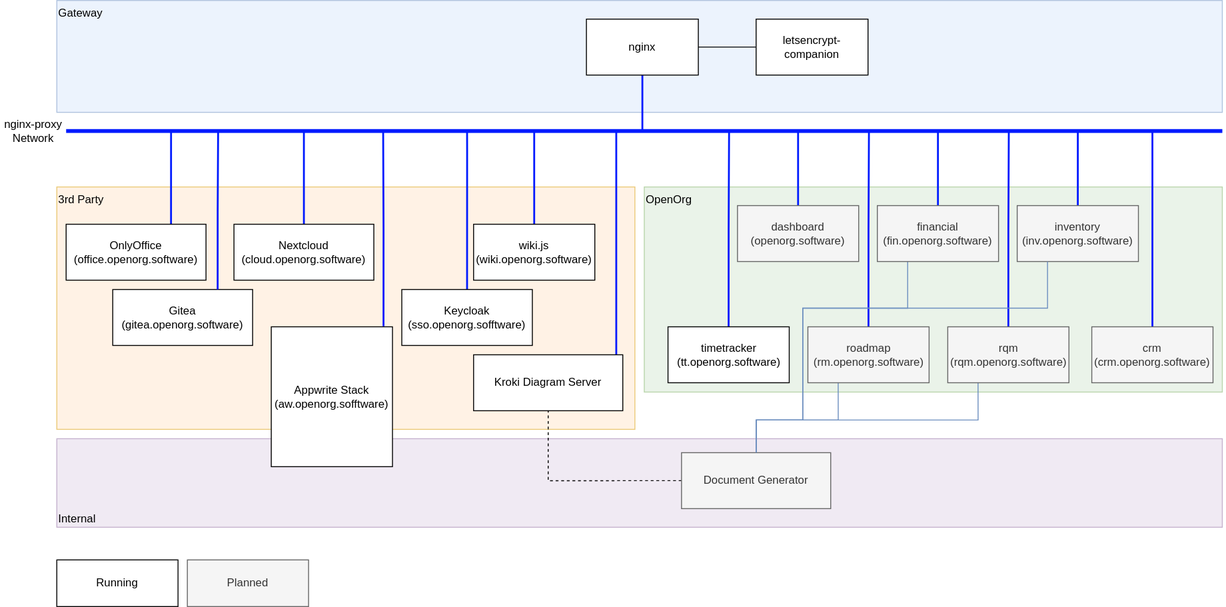
Before: .drawings/overview.svg, a diagram exported from draw.io (openorg-software/openorg-docker-compose). Source tidied: cells renumbered, new cells last; positions are measured from the earlier drawing's top-left corner, leaving out a move shared by most shapes.
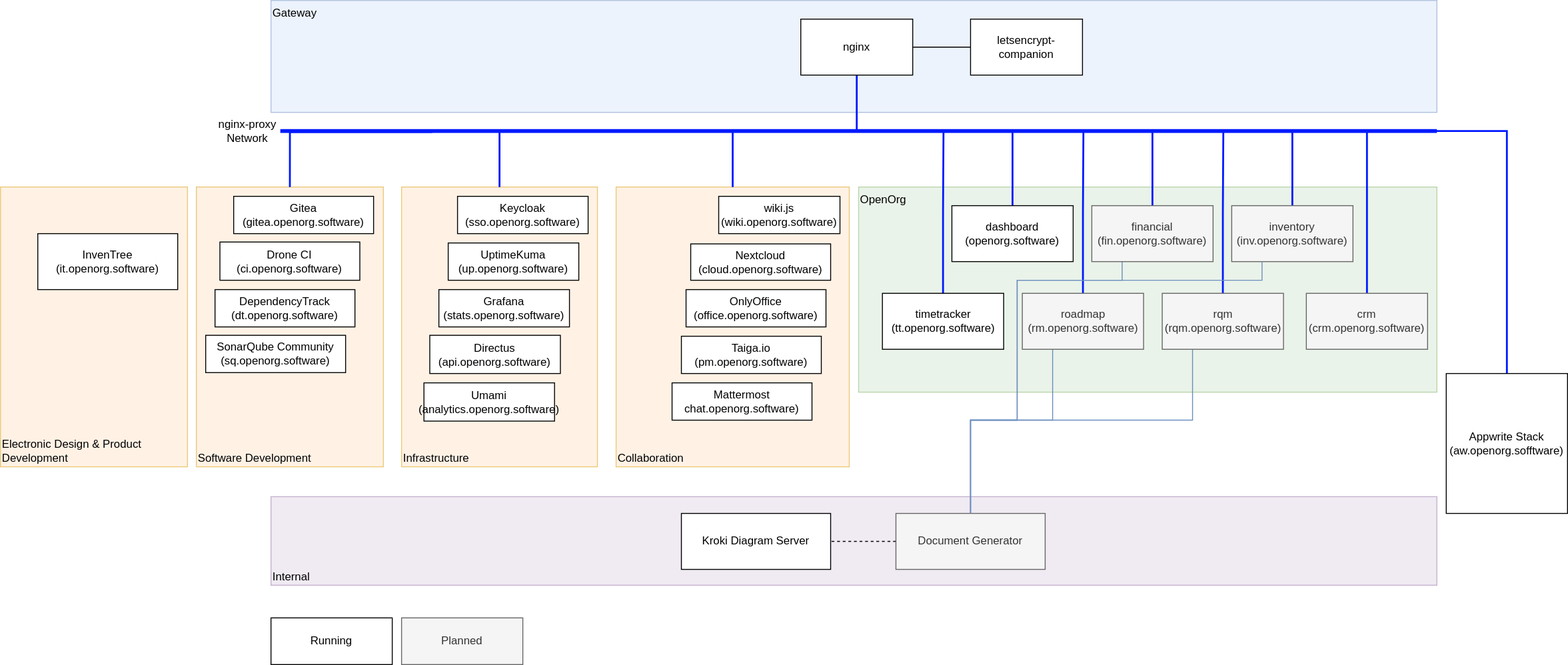
The same diagram one commit later.

Diff of the diagram source:
```diff
@@ -2,8 +2,14 @@
   <root>
     <mxCell id="0" />
     <mxCell id="1" parent="0" />
+    <mxCell id="48" value="Software Development" style="rounded=0;whiteSpace=wrap;html=1;align=left;verticalAlign=bottom;opacity=50;fillColor=#ffe6cc;strokeColor=#d79b00;" parent="1" vertex="1">
+      <mxGeometry x="-20" y="200" width="200.5" height="300" as="geometry" />
+    </mxCell>
+    <mxCell id="49" value="Infrastructure" style="rounded=0;whiteSpace=wrap;html=1;align=left;verticalAlign=bottom;opacity=50;fillColor=#ffe6cc;strokeColor=#d79b00;" parent="1" vertex="1">
+      <mxGeometry x="200" y="200" width="210" height="300" as="geometry" />
+    </mxCell>
     <mxCell id="2" value="Internal" style="rounded=0;whiteSpace=wrap;html=1;align=left;verticalAlign=bottom;opacity=50;fillColor=#e1d5e7;strokeColor=#9673a6;" parent="1" vertex="1">
-      <mxGeometry x="60" y="470" width="1250" height="95" as="geometry" />
+      <mxGeometry x="60" y="532" width="1250" height="95" as="geometry" />
     </mxCell>
     <mxCell id="3" value="Gateway" style="rounded=0;whiteSpace=wrap;html=1;align=left;verticalAlign=top;fillColor=#dae8fc;strokeColor=#6c8ebf;opacity=50;" parent="1" vertex="1">
       <mxGeometry x="60" width="1250" height="120" as="geometry" />
@@ -11,16 +17,19 @@
     <mxCell id="4" value="OpenOrg" style="rounded=0;whiteSpace=wrap;html=1;align=left;verticalAlign=top;opacity=50;fillColor=#d5e8d4;strokeColor=#82b366;" parent="1" vertex="1">
       <mxGeometry x="690" y="200" width="620" height="220" as="geometry" />
     </mxCell>
-    <mxCell id="5" value="3rd Party" style="rounded=0;whiteSpace=wrap;html=1;align=left;verticalAlign=top;opacity=50;fillColor=#ffe6cc;strokeColor=#d79b00;" parent="1" vertex="1">
-      <mxGeometry x="60" y="200" width="620" height="260" as="geometry" />
+    <mxCell id="5" value="Collaboration" style="rounded=0;whiteSpace=wrap;html=1;align=left;verticalAlign=bottom;opacity=50;fillColor=#ffe6cc;strokeColor=#d79b00;" parent="1" vertex="1">
+      <mxGeometry x="430" y="200" width="250" height="300" as="geometry" />
     </mxCell>
-    <mxCell id="6" style="edgeStyle=orthogonalEdgeStyle;rounded=0;jettySize=auto;html=1;exitX=0.926;exitY=-0.004;exitDx=0;exitDy=0;endArrow=none;endFill=0;strokeColor=#001AFF;strokeWidth=2;exitPerimeter=0;" parent="1" edge="1" source="7">
+    <mxCell id="6" style="edgeStyle=orthogonalEdgeStyle;rounded=0;jettySize=auto;html=1;endArrow=none;endFill=0;strokeColor=#001AFF;strokeWidth=2;exitX=0.5;exitY=0;exitDx=0;exitDy=0;" parent="1" edge="1" source="7">
       <mxGeometry relative="1" as="geometry">
         <mxPoint x="410" y="140" as="targetPoint" />
+        <Array as="points">
+          <mxPoint x="1385" y="140" />
+        </Array>
       </mxGeometry>
     </mxCell>
     <mxCell id="7" value="Appwrite Stack&lt;br&gt;(aw.openorg.sofftware)" style="rounded=0;whiteSpace=wrap;html=1;" parent="1" vertex="1">
-      <mxGeometry x="290" y="350" width="130" height="150" as="geometry" />
+      <mxGeometry x="1320" y="400" width="130" height="150" as="geometry" />
     </mxCell>
     <mxCell id="8" style="edgeStyle=orthogonalEdgeStyle;rounded=0;jettySize=auto;html=1;exitX=0.5;exitY=0;exitDx=0;exitDy=0;endArrow=none;endFill=0;strokeColor=#001AFF;strokeWidth=2;" parent="1" edge="1" source="9">
       <mxGeometry relative="1" as="geometry">
@@ -28,7 +37,7 @@
       </mxGeometry>
     </mxCell>
     <mxCell id="9" value="timetracker&lt;br&gt;(tt.openorg.software)" style="rounded=0;whiteSpace=wrap;html=1;" parent="1" vertex="1">
-      <mxGeometry x="715.5" y="350" width="130" height="60" as="geometry" />
+      <mxGeometry x="715.5" y="314" width="130" height="60" as="geometry" />
     </mxCell>
     <mxCell id="10" style="edgeStyle=orthogonalEdgeStyle;rounded=0;jettySize=auto;html=1;exitX=1;exitY=0.5;exitDx=0;exitDy=0;entryX=0;entryY=0.5;entryDx=0;entryDy=0;endArrow=none;endFill=0;" parent="1" edge="1" source="12" target="13">
       <mxGeometry relative="1" as="geometry" />
@@ -44,25 +53,19 @@
     <mxCell id="13" value="letsencrypt-companion" style="rounded=0;whiteSpace=wrap;html=1;" parent="1" vertex="1">
       <mxGeometry x="810" y="20" width="120" height="60" as="geometry" />
     </mxCell>
-    <mxCell id="14" style="edgeStyle=orthogonalEdgeStyle;rounded=0;jettySize=auto;html=1;exitX=0.5;exitY=0;exitDx=0;exitDy=0;endArrow=none;endFill=0;strokeColor=#001AFF;strokeWidth=2;" parent="1" edge="1" source="15">
+    <mxCell id="14" style="edgeStyle=orthogonalEdgeStyle;rounded=0;jettySize=auto;html=1;exitX=0.5;exitY=0;exitDx=0;exitDy=0;endArrow=none;endFill=0;strokeColor=#001AFF;strokeWidth=2;" parent="1" edge="1" source="49">
       <mxGeometry relative="1" as="geometry">
         <mxPoint x="500" y="140" as="targetPoint" />
         <Array as="points">
-          <mxPoint x="500" y="160" />
+          <mxPoint x="305" y="140" />
         </Array>
       </mxGeometry>
     </mxCell>
-    <mxCell id="15" value="Keycloak&lt;br&gt;(sso.openorg.sofftware)" style="rounded=0;whiteSpace=wrap;html=1;" parent="1" vertex="1">
-      <mxGeometry x="430" y="310" width="140" height="60" as="geometry" />
+    <mxCell id="15" value="Keycloak&lt;br&gt;(sso.openorg.software)" style="rounded=0;whiteSpace=wrap;html=1;" parent="1" vertex="1">
+      <mxGeometry x="260" y="210" width="140" height="40" as="geometry" />
     </mxCell>
-    <mxCell id="16" style="edgeStyle=orthogonalEdgeStyle;rounded=0;orthogonalLoop=1;jettySize=auto;html=1;strokeColor=#001AFF;endArrow=none;endFill=0;strokeWidth=2;" parent="1" edge="1">
-      <mxGeometry relative="1" as="geometry">
-        <mxPoint x="660" y="430" as="sourcePoint" />
-        <mxPoint x="660" y="140" as="targetPoint" />
-      </mxGeometry>
-    </mxCell>
     <mxCell id="17" value="Kroki Diagram Server" style="rounded=0;whiteSpace=wrap;html=1;" parent="1" vertex="1">
-      <mxGeometry x="507" y="380" width="160" height="60" as="geometry" />
+      <mxGeometry x="500" y="550" width="160" height="60" as="geometry" />
     </mxCell>
     <mxCell id="18" style="edgeStyle=orthogonalEdgeStyle;rounded=0;jettySize=auto;html=1;exitX=0.25;exitY=1;exitDx=0;exitDy=0;entryX=0.5;entryY=0;entryDx=0;entryDy=0;endArrow=none;endFill=0;fillColor=#dae8fc;strokeColor=#6c8ebf;" parent="1" edge="1" source="20" target="36">
       <mxGeometry relative="1" as="geometry">
@@ -78,7 +81,7 @@
       </mxGeometry>
     </mxCell>
     <mxCell id="20" value="roadmap&lt;br&gt;(rm.openorg.software)" style="rounded=0;whiteSpace=wrap;html=1;fillColor=#f5f5f5;strokeColor=#666666;fontColor=#333333;" parent="1" vertex="1">
-      <mxGeometry x="865.5" y="350" width="130" height="60" as="geometry" />
+      <mxGeometry x="865.5" y="314" width="130" height="60" as="geometry" />
     </mxCell>
     <mxCell id="21" style="edgeStyle=orthogonalEdgeStyle;rounded=0;jettySize=auto;html=1;exitX=0.25;exitY=1;exitDx=0;exitDy=0;entryX=0.5;entryY=0;entryDx=0;entryDy=0;endArrow=none;endFill=0;fillColor=#dae8fc;strokeColor=#6c8ebf;" parent="1" edge="1" source="23" target="36">
       <mxGeometry relative="1" as="geometry">
@@ -94,14 +97,14 @@
       </mxGeometry>
     </mxCell>
     <mxCell id="23" value="rqm&lt;br&gt;(rqm.openorg.software)" style="rounded=0;whiteSpace=wrap;html=1;fillColor=#f5f5f5;strokeColor=#666666;fontColor=#333333;" parent="1" vertex="1">
-      <mxGeometry x="1015.5" y="350" width="130" height="60" as="geometry" />
+      <mxGeometry x="1015.5" y="314" width="130" height="60" as="geometry" />
     </mxCell>
     <mxCell id="24" style="edgeStyle=orthogonalEdgeStyle;rounded=0;jettySize=auto;html=1;exitX=0.5;exitY=0;exitDx=0;exitDy=0;endArrow=none;endFill=0;strokeColor=#001AFF;strokeWidth=2;" parent="1" edge="1" source="25">
       <mxGeometry relative="1" as="geometry">
         <mxPoint x="855" y="140" as="targetPoint" />
       </mxGeometry>
     </mxCell>
-    <mxCell id="25" value="dashboard&lt;br&gt;(openorg.software)" style="rounded=0;whiteSpace=wrap;html=1;sketch=0;glass=0;fillColor=#f5f5f5;strokeColor=#666666;fontColor=#333333;" parent="1" vertex="1">
+    <mxCell id="25" value="dashboard&lt;br&gt;(openorg.software)" style="rounded=0;whiteSpace=wrap;html=1;sketch=0;glass=0;" parent="1" vertex="1">
       <mxGeometry x="790" y="220" width="130" height="60" as="geometry" />
     </mxCell>
     <mxCell id="26" style="edgeStyle=orthogonalEdgeStyle;rounded=0;jettySize=auto;html=1;exitX=0.5;exitY=0;exitDx=0;exitDy=0;endArrow=none;endFill=0;strokeColor=#001AFF;strokeWidth=2;" parent="1" edge="1" source="27">
@@ -110,19 +113,19 @@
       </mxGeometry>
     </mxCell>
     <mxCell id="27" value="crm&lt;br&gt;(crm.openorg.software)" style="rounded=0;whiteSpace=wrap;html=1;fillColor=#f5f5f5;strokeColor=#666666;fontColor=#333333;" parent="1" vertex="1">
-      <mxGeometry x="1170" y="350" width="130" height="60" as="geometry" />
+      <mxGeometry x="1170" y="314" width="130" height="60" as="geometry" />
     </mxCell>
     <mxCell id="28" value="Running" style="rounded=0;whiteSpace=wrap;html=1;" parent="1" vertex="1">
-      <mxGeometry x="60" y="600" width="130" height="50" as="geometry" />
+      <mxGeometry x="60" y="662" width="130" height="50" as="geometry" />
     </mxCell>
     <mxCell id="29" value="Planned" style="rounded=0;whiteSpace=wrap;html=1;fillColor=#f5f5f5;strokeColor=#666666;fontColor=#333333;" parent="1" vertex="1">
-      <mxGeometry x="200" y="600" width="130" height="50" as="geometry" />
+      <mxGeometry x="200" y="662" width="130" height="50" as="geometry" />
     </mxCell>
     <mxCell id="30" style="edgeStyle=orthogonalEdgeStyle;rounded=0;jettySize=auto;html=1;exitX=0.25;exitY=1;exitDx=0;exitDy=0;endArrow=none;endFill=0;fillColor=#dae8fc;strokeColor=#6c8ebf;entryX=0.5;entryY=0;entryDx=0;entryDy=0;" parent="1" edge="1" source="32" target="36">
       <mxGeometry relative="1" as="geometry">
         <Array as="points">
-          <mxPoint x="972" y="330" />
-          <mxPoint x="860" y="330" />
+          <mxPoint x="973" y="300" />
+          <mxPoint x="860" y="300" />
           <mxPoint x="860" y="450" />
           <mxPoint x="810" y="450" />
         </Array>
@@ -144,51 +147,38 @@
     <mxCell id="34" value="inventory&lt;br&gt;(inv.openorg.software)" style="rounded=0;whiteSpace=wrap;html=1;fillColor=#f5f5f5;strokeColor=#666666;fontColor=#333333;" parent="1" vertex="1">
       <mxGeometry x="1090" y="220" width="130" height="60" as="geometry" />
     </mxCell>
-    <mxCell id="35" style="edgeStyle=orthogonalEdgeStyle;rounded=0;jettySize=auto;html=1;exitX=0;exitY=0.5;exitDx=0;exitDy=0;entryX=0.5;entryY=1;entryDx=0;entryDy=0;endArrow=none;endFill=0;dashed=1;" parent="1" edge="1" source="36" target="17">
+    <mxCell id="35" style="edgeStyle=orthogonalEdgeStyle;rounded=0;jettySize=auto;html=1;exitX=0;exitY=0.5;exitDx=0;exitDy=0;entryX=1;entryY=0.5;entryDx=0;entryDy=0;endArrow=none;endFill=0;dashed=1;" parent="1" edge="1" source="36" target="17">
       <mxGeometry relative="1" as="geometry" />
     </mxCell>
     <mxCell id="36" value="Document Generator" style="rounded=0;whiteSpace=wrap;html=1;fillColor=#f5f5f5;strokeColor=#666666;fontColor=#333333;" parent="1" vertex="1">
-      <mxGeometry x="730" y="485" width="160" height="60" as="geometry" />
+      <mxGeometry x="730" y="550" width="160" height="60" as="geometry" />
     </mxCell>
-    <mxCell id="37" style="edgeStyle=orthogonalEdgeStyle;rounded=0;jettySize=auto;html=1;exitX=0.5;exitY=0;exitDx=0;exitDy=0;endArrow=none;endFill=0;strokeColor=#001AFF;strokeWidth=2;" parent="1" edge="1" source="38">
+    <mxCell id="37" style="edgeStyle=orthogonalEdgeStyle;rounded=0;jettySize=auto;html=1;exitX=0.5;exitY=0;exitDx=0;exitDy=0;endArrow=none;endFill=0;strokeColor=#001AFF;strokeWidth=2;" parent="1" edge="1" source="5">
       <mxGeometry relative="1" as="geometry">
         <mxPoint x="572" y="140" as="targetPoint" />
+        <Array as="points">
+          <mxPoint x="555" y="140" />
+        </Array>
       </mxGeometry>
     </mxCell>
     <mxCell id="38" value="wiki.js&lt;br&gt;(wiki.openorg.software)" style="rounded=0;whiteSpace=wrap;html=1;" parent="1" vertex="1">
-      <mxGeometry x="507" y="240" width="130" height="60" as="geometry" />
+      <mxGeometry x="540" y="210" width="130" height="40" as="geometry" />
     </mxCell>
     <mxCell id="39" style="edgeStyle=orthogonalEdgeStyle;rounded=0;jettySize=auto;html=1;exitX=0.25;exitY=1;exitDx=0;exitDy=0;endArrow=none;endFill=0;fillColor=#dae8fc;strokeColor=#6c8ebf;entryX=0.5;entryY=0;entryDx=0;entryDy=0;" parent="1" edge="1" source="34" target="36">
       <mxGeometry relative="1" as="geometry">
         <Array as="points">
-          <mxPoint x="1122" y="330" />
-          <mxPoint x="860" y="330" />
+          <mxPoint x="1123" y="300" />
+          <mxPoint x="860" y="300" />
           <mxPoint x="860" y="450" />
           <mxPoint x="810" y="450" />
         </Array>
       </mxGeometry>
     </mxCell>
-    <mxCell id="40" style="edgeStyle=orthogonalEdgeStyle;rounded=0;jettySize=auto;html=1;exitX=0.5;exitY=0;exitDx=0;exitDy=0;strokeColor=#001AFF;strokeWidth=2;endArrow=none;endFill=0;" parent="1" edge="1" source="41">
-      <mxGeometry relative="1" as="geometry">
-        <mxPoint x="355" y="140" as="targetPoint" />
-        <Array as="points">
-          <mxPoint x="355" y="140" />
-        </Array>
-      </mxGeometry>
-    </mxCell>
     <mxCell id="41" value="Nextcloud&lt;br&gt;(cloud.openorg.software)" style="rounded=0;whiteSpace=wrap;html=1;" parent="1" vertex="1">
-      <mxGeometry x="250" y="240" width="150" height="60" as="geometry" />
+      <mxGeometry x="510" y="261" width="150" height="39" as="geometry" />
     </mxCell>
-    <mxCell id="42" style="edgeStyle=orthogonalEdgeStyle;rounded=0;jettySize=auto;html=1;exitX=0.75;exitY=0;exitDx=0;exitDy=0;endArrow=none;endFill=0;strokeColor=#001AFF;strokeWidth=2;" parent="1" edge="1" source="43">
-      <mxGeometry relative="1" as="geometry">
-        <mxPoint x="195" y="140" as="targetPoint" />
-        <Array as="points">
-          <mxPoint x="183" y="140" />
-        </Array>
-      </mxGeometry>
-    </mxCell>
     <mxCell id="43" value="OnlyOffice&lt;br&gt;(office.openorg.software)" style="rounded=0;whiteSpace=wrap;html=1;" parent="1" vertex="1">
-      <mxGeometry x="70" y="240" width="150" height="60" as="geometry" />
+      <mxGeometry x="505" y="310" width="150" height="40" as="geometry" />
     </mxCell>
     <mxCell id="44" style="endArrow=none;html=1;strokeWidth=4;strokeColor=#001AFF;" parent="1" edge="1">
       <mxGeometry relative="1" as="geometry">
@@ -200,12 +190,48 @@
       <mxGeometry y="130" width="70" height="20" as="geometry" />
     </mxCell>
     <mxCell id="46" value="Gitea&lt;br&gt;(gitea.openorg.software)" style="rounded=0;whiteSpace=wrap;html=1;" parent="1" vertex="1">
-      <mxGeometry x="120" y="310" width="150" height="60" as="geometry" />
+      <mxGeometry x="20" y="210" width="150" height="40" as="geometry" />
     </mxCell>
-    <mxCell id="47" style="edgeStyle=orthogonalEdgeStyle;rounded=0;jettySize=auto;html=1;exitX=0.75;exitY=0;exitDx=0;exitDy=0;endArrow=none;endFill=0;strokeColor=#001AFF;strokeWidth=2;" parent="1" edge="1" source="46">
+    <mxCell id="47" style="edgeStyle=orthogonalEdgeStyle;rounded=0;jettySize=auto;html=1;exitX=0.5;exitY=0;exitDx=0;exitDy=0;endArrow=none;endFill=0;strokeColor=#001AFF;strokeWidth=2;" parent="1" edge="1" source="48">
       <mxGeometry relative="1" as="geometry">
         <mxPoint x="233" y="141" as="targetPoint" />
+        <Array as="points">
+          <mxPoint x="80" y="141" />
+        </Array>
       </mxGeometry>
     </mxCell>
+    <mxCell id="50" value="Drone CI&lt;br&gt;(ci.openorg.software)" style="rounded=0;whiteSpace=wrap;html=1;" parent="1" vertex="1">
+      <mxGeometry x="5.2" y="259" width="150" height="41" as="geometry" />
+    </mxCell>
+    <mxCell id="51" value="Electronic Design &amp;amp; Product Development" style="rounded=0;whiteSpace=wrap;html=1;align=left;verticalAlign=bottom;opacity=50;fillColor=#ffe6cc;strokeColor=#d79b00;" parent="1" vertex="1">
+      <mxGeometry x="-230" y="200" width="200.5" height="300" as="geometry" />
+    </mxCell>
+    <mxCell id="52" value="DependencyTrack&lt;br&gt;(dt.openorg.software)" style="rounded=0;whiteSpace=wrap;html=1;" parent="1" vertex="1">
+      <mxGeometry y="310" width="150" height="40" as="geometry" />
+    </mxCell>
+    <mxCell id="53" value="SonarQube Community&lt;br&gt;(sq.openorg.software)" style="rounded=0;whiteSpace=wrap;html=1;" parent="1" vertex="1">
+      <mxGeometry x="-10" y="359" width="150" height="40" as="geometry" />
+    </mxCell>
+    <mxCell id="54" value="InvenTree&lt;br&gt;(it.openorg.software)" style="rounded=0;whiteSpace=wrap;html=1;" parent="1" vertex="1">
+      <mxGeometry x="-190" y="250" width="150" height="60" as="geometry" />
+    </mxCell>
+    <mxCell id="55" value="UptimeKuma&lt;br&gt;(up.openorg.software)" style="rounded=0;whiteSpace=wrap;html=1;" parent="1" vertex="1">
+      <mxGeometry x="250" y="260" width="140" height="40" as="geometry" />
+    </mxCell>
+    <mxCell id="56" value="Grafana&lt;br&gt;(stats.openorg.software)" style="rounded=0;whiteSpace=wrap;html=1;" parent="1" vertex="1">
+      <mxGeometry x="240" y="310" width="140" height="40" as="geometry" />
+    </mxCell>
+    <mxCell id="57" value="Directus&lt;br&gt;(api.openorg.software)" style="rounded=0;whiteSpace=wrap;html=1;" parent="1" vertex="1">
+      <mxGeometry x="230.2" y="359" width="140" height="41" as="geometry" />
+    </mxCell>
+    <mxCell id="58" value="Umami&lt;br&gt;(analytics.openorg.software)" style="rounded=0;whiteSpace=wrap;html=1;" parent="1" vertex="1">
+      <mxGeometry x="224" y="410" width="140" height="41" as="geometry" />
+    </mxCell>
+    <mxCell id="59" value="Taiga.io&lt;br&gt;(pm.openorg.software)" style="rounded=0;whiteSpace=wrap;html=1;" parent="1" vertex="1">
+      <mxGeometry x="500" y="360" width="150" height="40" as="geometry" />
+    </mxCell>
+    <mxCell id="60" value="Mattermost&lt;br&gt;chat.openorg.software)" style="rounded=0;whiteSpace=wrap;html=1;" parent="1" vertex="1">
+      <mxGeometry x="490" y="410" width="150" height="40" as="geometry" />
+    </mxCell>
   </root>
 </mxGraphModel>
```
